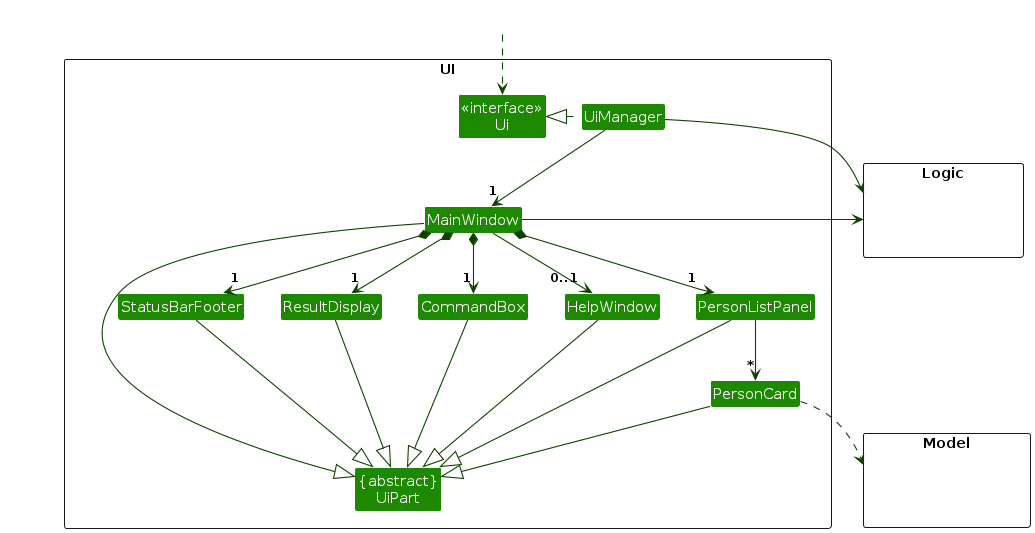
AY2627S1-CS2103T-F08-4/tp keeps this PlantUML diagram as diagrams/UiClassDiagram.png. Above is the earlier version. Its source is kept beside it as diagrams/UiClassDiagram.puml. Its diagram source:
```plantuml
@startuml
!include style.puml
skinparam arrowThickness 1.1
skinparam arrowColor UI_COLOR_T4
skinparam classBackgroundColor UI_COLOR

package UI <<Rectangle>>{
Class "<<interface>>\nUi" as Ui
Class "{abstract}\nUiPart" as UiPart
Class UiManager
Class MainWindow
Class HelpWindow
Class ResultDisplay
Class PersonListPanel
Class PersonCard
Class StatusBarFooter
Class CommandBox
}

package Model <<Rectangle>> {
Class HiddenModel #FFFFFF
}

package Logic <<Rectangle>> {
Class HiddenLogic #FFFFFF
}

Class HiddenOutside #FFFFFF
HiddenOutside ..> Ui

UiManager .left.|> Ui
UiManager -down-> "1" MainWindow
MainWindow *-down->  "1" CommandBox
MainWindow *-down-> "1" ResultDisplay
MainWindow *-down-> "1" PersonListPanel
MainWindow *-down-> "1" StatusBarFooter
MainWindow --> "0..1" HelpWindow

PersonListPanel -down-> "*" PersonCard

MainWindow -left-|> UiPart

ResultDisplay --|> UiPart
CommandBox --|> UiPart
PersonListPanel --|> UiPart
PersonCard --|> UiPart
StatusBarFooter --|> UiPart
HelpWindow --|> UiPart

PersonCard ..> Model
UiManager -right-> Logic
MainWindow -left-> Logic

PersonListPanel -[hidden]left- HelpWindow
HelpWindow -[hidden]left- CommandBox
CommandBox -[hidden]left- ResultDisplay
ResultDisplay -[hidden]left- StatusBarFooter

MainWindow -[hidden]-|> UiPart
@enduml
```
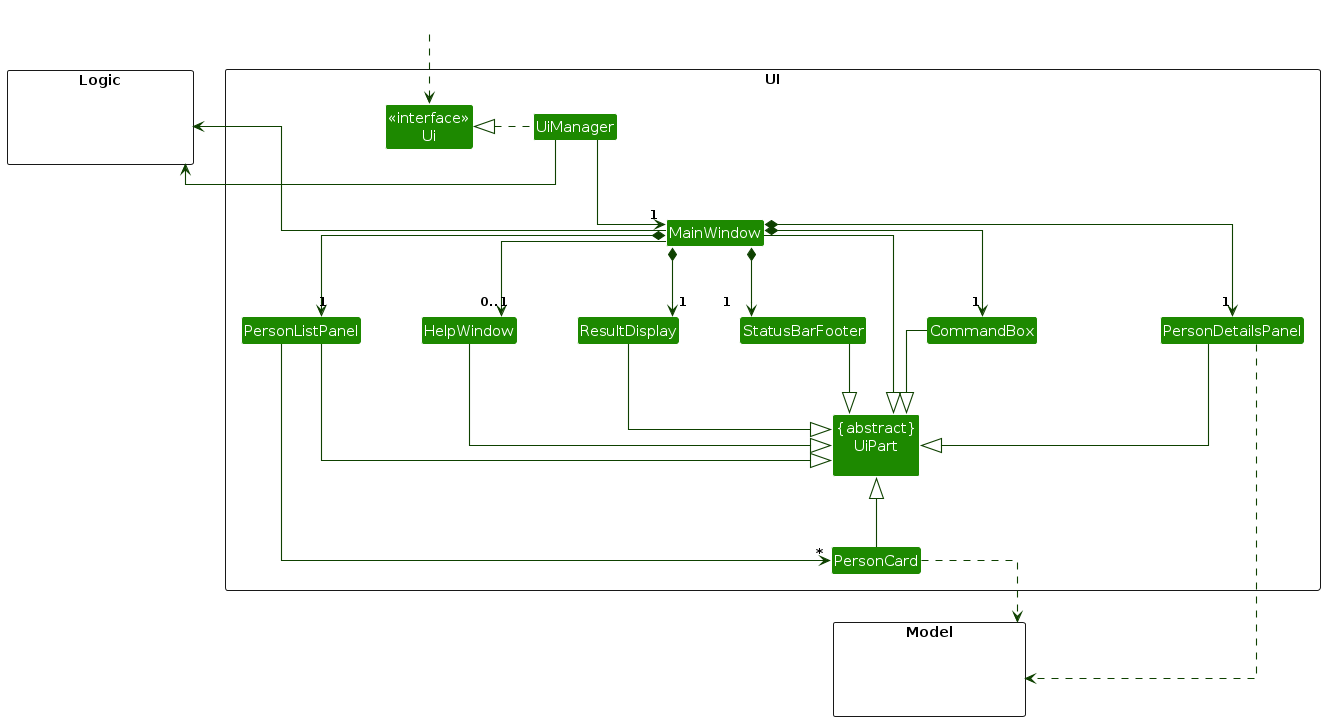
The same diagram one commit later.

Diff of the diagram source:
```diff
@@ -3,15 +3,19 @@
 skinparam arrowThickness 1.1
 skinparam arrowColor UI_COLOR_T4
 skinparam classBackgroundColor UI_COLOR
+skinparam linetype ortho
+skinparam nodesep 60
+skinparam ranksep 70
 
 package UI <<Rectangle>>{
 Class "<<interface>>\nUi" as Ui
-Class "{abstract}\nUiPart" as UiPart
+Class "{abstract}\nUiPart\n " as UiPart
 Class UiManager
 Class MainWindow
 Class HelpWindow
 Class ResultDisplay
 Class PersonListPanel
+Class PersonDetailsPanel
 Class PersonCard
 Class StatusBarFooter
 Class CommandBox
@@ -30,31 +34,29 @@
 
 UiManager .left.|> Ui
 UiManager -down-> "1" MainWindow
-MainWindow *-down->  "1" CommandBox
+MainWindow *-down-> "1" CommandBox
 MainWindow *-down-> "1" ResultDisplay
 MainWindow *-down-> "1" PersonListPanel
+MainWindow *-down-> "1" PersonDetailsPanel
 MainWindow *-down-> "1" StatusBarFooter
-MainWindow --> "0..1" HelpWindow
+MainWindow -down-> "0..1" HelpWindow
 
 PersonListPanel -down-> "*" PersonCard
 
 MainWindow -left-|> UiPart
 
-ResultDisplay --|> UiPart
+ResultDisplay -down-|> UiPart
 CommandBox --|> UiPart
-PersonListPanel --|> UiPart
-PersonCard --|> UiPart
+PersonListPanel -down-|> UiPart
+PersonDetailsPanel -down-|> UiPart
+PersonCard -up-|> UiPart
 StatusBarFooter --|> UiPart
 HelpWindow --|> UiPart
 
 PersonCard ..> Model
+PersonDetailsPanel ..> Model
 UiManager -right-> Logic
 MainWindow -left-> Logic
 
-PersonListPanel -[hidden]left- HelpWindow
-HelpWindow -[hidden]left- CommandBox
-CommandBox -[hidden]left- ResultDisplay
-ResultDisplay -[hidden]left- StatusBarFooter
-
 MainWindow -[hidden]-|> UiPart
 @enduml
```
